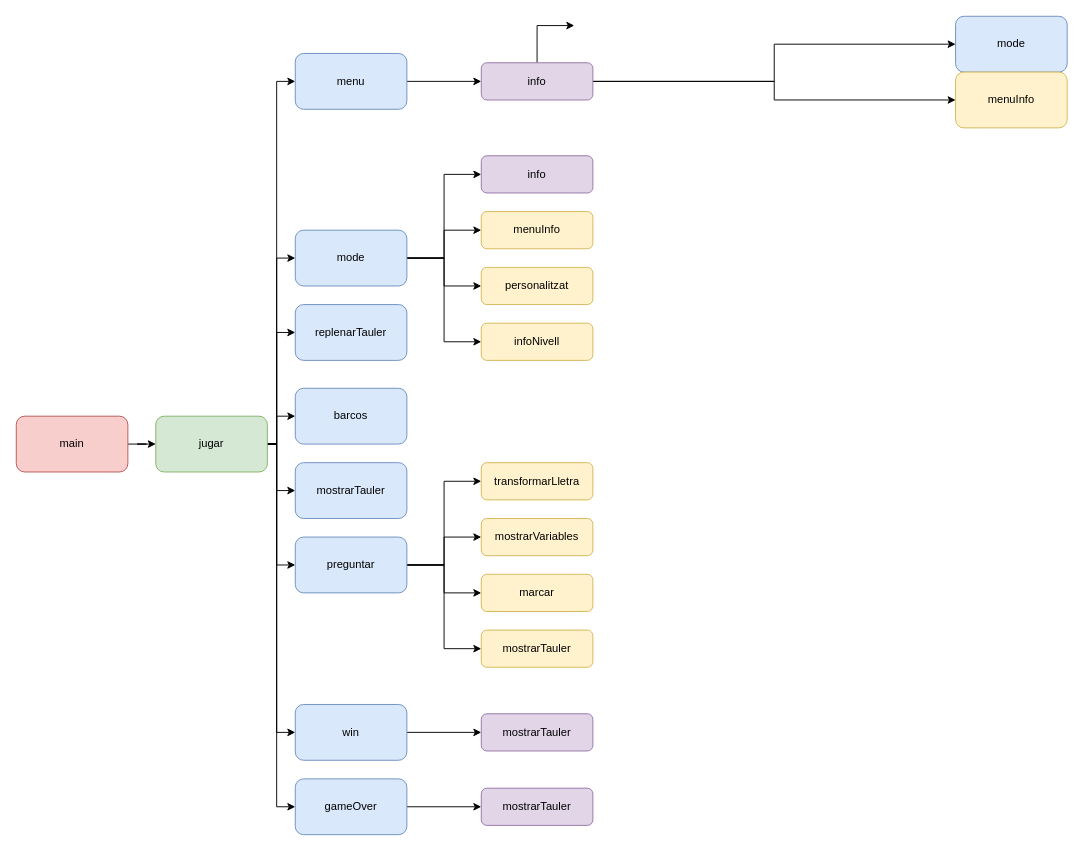
Before: 2naAVA/HundirLaFlota/HundiLaFlota.drawio in sanand5/Programacio, a draw.io diagram. Source tidied: cells renumbered, new cells numbered last; positions are measured from the earlier drawing's top-left corner, leaving out a move shared by most shapes. Both pictures are drawn from the tidied source at 93%, with x=0, y=0 at pixel (16, 16).
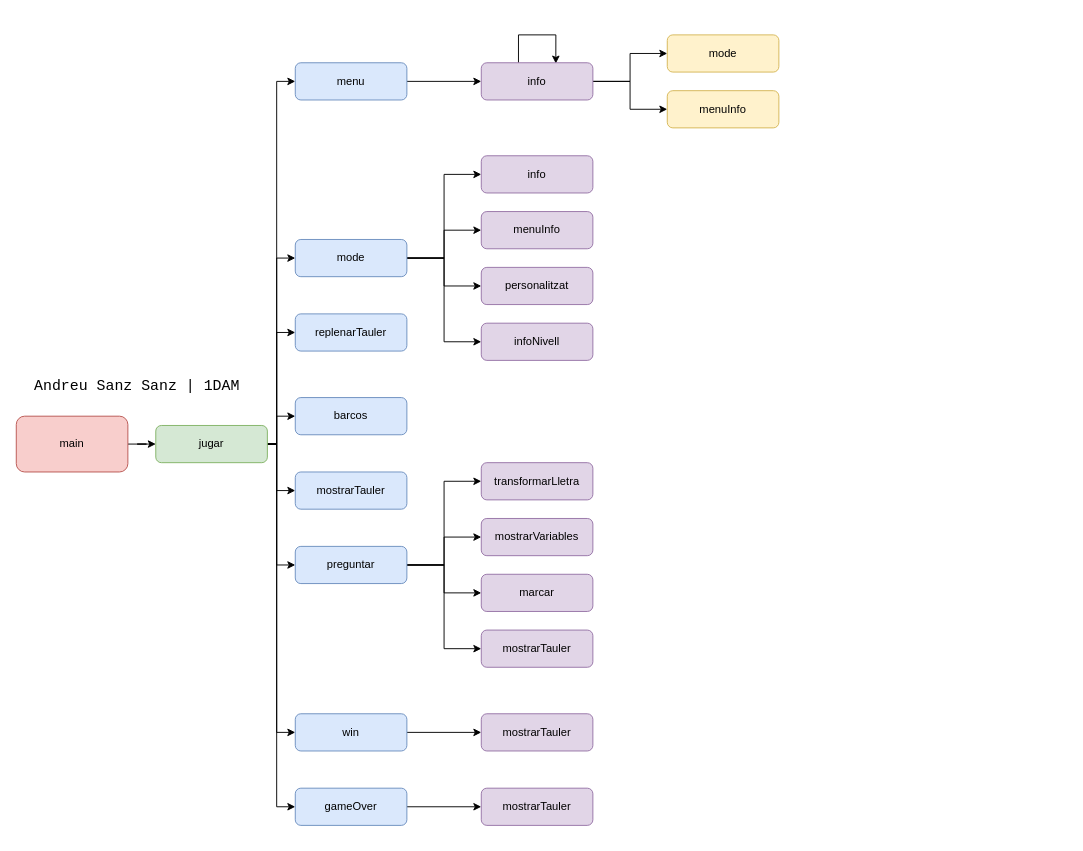
Above is the later version.

Unchanged cells that the change refers to:
```xml
<mxCell id="46" value="info" style="rounded=1;whiteSpace=wrap;html=1;fillColor=#e1d5e7;strokeColor=#9673a6;" parent="1" vertex="1">
  <mxGeometry x="500" y="50" width="120" height="40" as="geometry" />
</mxCell>
```

Diff of the diagram source:
```diff
@@
     <mxCell id="12" value="jugar" style="rounded=1;whiteSpace=wrap;html=1;fillColor=#d5e8d4;strokeColor=#82b366;" parent="1" vertex="1">
-      <mxGeometry x="150" y="430" width="120" height="60" as="geometry" />
+      <mxGeometry x="150" y="440" width="120" height="40" as="geometry" />
     </mxCell>
@@
     <mxCell id="17" value="mode" style="rounded=1;whiteSpace=wrap;html=1;fillColor=#dae8fc;strokeColor=#6c8ebf;" parent="1" vertex="1">
-      <mxGeometry x="300" y="230" width="120" height="60" as="geometry" />
+      <mxGeometry x="300" y="240" width="120" height="40" as="geometry" />
     </mxCell>
@@
     <mxCell id="19" value="menu" style="rounded=1;whiteSpace=wrap;html=1;fillColor=#dae8fc;strokeColor=#6c8ebf;" parent="1" vertex="1">
-      <mxGeometry x="300" y="40" width="120" height="60" as="geometry" />
+      <mxGeometry x="300" y="50" width="120" height="40" as="geometry" />
     </mxCell>
     <mxCell id="20" value="replenarTauler" style="rounded=1;whiteSpace=wrap;html=1;fillColor=#dae8fc;strokeColor=#6c8ebf;" parent="1" vertex="1">
-      <mxGeometry x="300" y="310" width="120" height="60" as="geometry" />
+      <mxGeometry x="300" y="320" width="120" height="40" as="geometry" />
     </mxCell>
     <mxCell id="21" value="barcos" style="rounded=1;whiteSpace=wrap;html=1;fillColor=#dae8fc;strokeColor=#6c8ebf;" parent="1" vertex="1">
-      <mxGeometry x="300" y="400" width="120" height="60" as="geometry" />
+      <mxGeometry x="300" y="410" width="120" height="40" as="geometry" />
     </mxCell>
     <mxCell id="22" value="mostrarTauler" style="rounded=1;whiteSpace=wrap;html=1;fillColor=#dae8fc;strokeColor=#6c8ebf;" parent="1" vertex="1">
-      <mxGeometry x="300" y="480" width="120" height="60" as="geometry" />
+      <mxGeometry x="300" y="490" width="120" height="40" as="geometry" />
     </mxCell>
@@
     <mxCell id="27" value="preguntar" style="rounded=1;whiteSpace=wrap;html=1;fillColor=#dae8fc;strokeColor=#6c8ebf;" parent="1" vertex="1">
-      <mxGeometry x="300" y="560" width="120" height="60" as="geometry" />
+      <mxGeometry x="300" y="570" width="120" height="40" as="geometry" />
     </mxCell>
@@
     <mxCell id="29" value="gameOver" style="rounded=1;whiteSpace=wrap;html=1;fillColor=#dae8fc;strokeColor=#6c8ebf;" parent="1" vertex="1">
-      <mxGeometry x="300" y="820" width="120" height="60" as="geometry" />
+      <mxGeometry x="300" y="830" width="120" height="40" as="geometry" />
     </mxCell>
@@
     <mxCell id="31" value="win" style="rounded=1;whiteSpace=wrap;html=1;fillColor=#dae8fc;strokeColor=#6c8ebf;" parent="1" vertex="1">
-      <mxGeometry x="300" y="740" width="120" height="60" as="geometry" />
+      <mxGeometry x="300" y="750" width="120" height="40" as="geometry" />
     </mxCell>
-    <mxCell id="32" value="menuInfo" style="rounded=1;whiteSpace=wrap;html=1;fillColor=#fff2cc;strokeColor=#d6b656;" parent="1" vertex="1">
+    <mxCell id="32" value="menuInfo" style="rounded=1;whiteSpace=wrap;html=1;fillColor=#e1d5e7;strokeColor=#9673a6;" parent="1" vertex="1">
       <mxGeometry x="500" y="210" width="120" height="40" as="geometry" />
     </mxCell>
-    <mxCell id="33" value="personalitzat" style="rounded=1;whiteSpace=wrap;html=1;fillColor=#fff2cc;strokeColor=#d6b656;" parent="1" vertex="1">
+    <mxCell id="33" value="personalitzat" style="rounded=1;whiteSpace=wrap;html=1;fillColor=#e1d5e7;strokeColor=#9673a6;" parent="1" vertex="1">
       <mxGeometry x="500" y="270" width="120" height="40" as="geometry" />
     </mxCell>
-    <mxCell id="34" value="infoNivell" style="rounded=1;whiteSpace=wrap;html=1;fillColor=#fff2cc;strokeColor=#d6b656;" parent="1" vertex="1">
+    <mxCell id="34" value="infoNivell" style="rounded=1;whiteSpace=wrap;html=1;fillColor=#e1d5e7;strokeColor=#9673a6;" parent="1" vertex="1">
       <mxGeometry x="500" y="330" width="120" height="40" as="geometry" />
     </mxCell>
-    <mxCell id="35" value="transformarLletra" style="rounded=1;whiteSpace=wrap;html=1;fillColor=#fff2cc;strokeColor=#d6b656;" parent="1" vertex="1">
+    <mxCell id="35" value="transformarLletra" style="rounded=1;whiteSpace=wrap;html=1;fillColor=#e1d5e7;strokeColor=#9673a6;" parent="1" vertex="1">
       <mxGeometry x="500" y="480" width="120" height="40" as="geometry" />
     </mxCell>
-    <mxCell id="36" value="mostrarVariables" style="rounded=1;whiteSpace=wrap;html=1;fillColor=#fff2cc;strokeColor=#d6b656;" parent="1" vertex="1">
+    <mxCell id="36" value="mostrarVariables" style="rounded=1;whiteSpace=wrap;html=1;fillColor=#e1d5e7;strokeColor=#9673a6;" parent="1" vertex="1">
       <mxGeometry x="500" y="540" width="120" height="40" as="geometry" />
     </mxCell>
-    <mxCell id="37" value="marcar" style="rounded=1;whiteSpace=wrap;html=1;fillColor=#fff2cc;strokeColor=#d6b656;" parent="1" vertex="1">
+    <mxCell id="37" value="marcar" style="rounded=1;whiteSpace=wrap;html=1;fillColor=#e1d5e7;strokeColor=#9673a6;" parent="1" vertex="1">
       <mxGeometry x="500" y="600" width="120" height="40" as="geometry" />
     </mxCell>
@@
-    <mxCell id="39" value="mode" style="rounded=1;whiteSpace=wrap;html=1;fillColor=#dae8fc;strokeColor=#6c8ebf;" parent="1" vertex="1">
-      <mxGeometry x="1010" width="120" height="60" as="geometry" />
+    <mxCell id="39" value="mode" style="rounded=1;whiteSpace=wrap;html=1;fillColor=#fff2cc;strokeColor=#d6b656;" parent="1" vertex="1">
+      <mxGeometry x="700" y="20" width="120" height="40" as="geometry" />
     </mxCell>
-    <mxCell id="40" value="mostrarTauler" style="rounded=1;whiteSpace=wrap;html=1;fillColor=#fff2cc;strokeColor=#d6b656;" parent="1" vertex="1">
+    <mxCell id="40" value="mostrarTauler" style="rounded=1;whiteSpace=wrap;html=1;fillColor=#e1d5e7;strokeColor=#9673a6;" parent="1" vertex="1">
       <mxGeometry x="500" y="660" width="120" height="40" as="geometry" />
     </mxCell>
@@
+    <mxCell id="45" style="edgeStyle=orthogonalEdgeStyle;rounded=0;orthogonalLoop=1;jettySize=auto;html=1;entryX=0.668;entryY=0.02;entryDx=0;entryDy=0;entryPerimeter=0;" parent="1" edge="1" source="46" target="46">
+      <mxGeometry relative="1" as="geometry">
+        <Array as="points">
+          <mxPoint x="540" y="20" />
+          <mxPoint x="580" y="20" />
+        </Array>
+      </mxGeometry>
+    </mxCell>
@@
-    <mxCell id="45" style="edgeStyle=orthogonalEdgeStyle;rounded=0;jettySize=auto;html=1;" parent="1" edge="1" source="46">
-      <mxGeometry relative="1" as="geometry">
-        <mxPoint x="600" y="10" as="targetPoint" />
-        <Array as="points">
-          <mxPoint x="560" y="30" />
-          <mxPoint x="560" y="30" />
-        </Array>
-      </mxGeometry>
-    </mxCell>
@@
     <mxCell id="47" value="menuInfo" style="rounded=1;whiteSpace=wrap;html=1;fillColor=#fff2cc;strokeColor=#d6b656;" parent="1" vertex="1">
-      <mxGeometry x="1010" y="60" width="120" height="60" as="geometry" />
+      <mxGeometry x="700" y="80" width="120" height="40" as="geometry" />
     </mxCell>
+    <mxCell id="48" value="&lt;pre&gt;&lt;font style=&quot;font-size: 16px;&quot;&gt;Andreu Sanz Sanz | 1DAM&lt;/font&gt;&lt;/pre&gt;" style="text;html=1;strokeColor=none;fillColor=none;align=center;verticalAlign=middle;whiteSpace=wrap;rounded=0;" parent="1" vertex="1">
+      <mxGeometry x="30" y="380" width="200" height="35" as="geometry" />
+    </mxCell>
```
